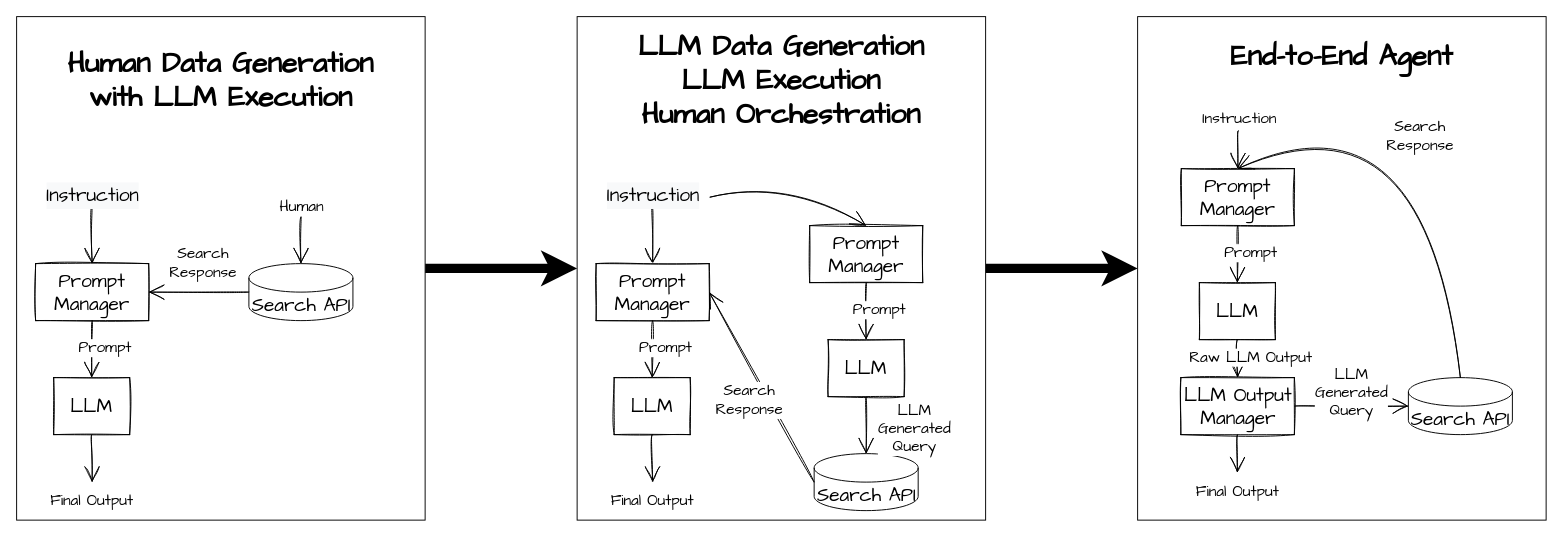
Before: page "Agents" (2 of 2) of img/LLMsTextSketch.drawio in dshieble/dshieble.github.io, a draw.io diagram. Source tidied: cells renumbered, new cells numbered last; positions are measured from the earlier drawing's top-left corner, leaving out a move shared by most shapes. Both pictures are drawn from the tidied source at 95%, with x=0, y=0 at pixel (16, 16).
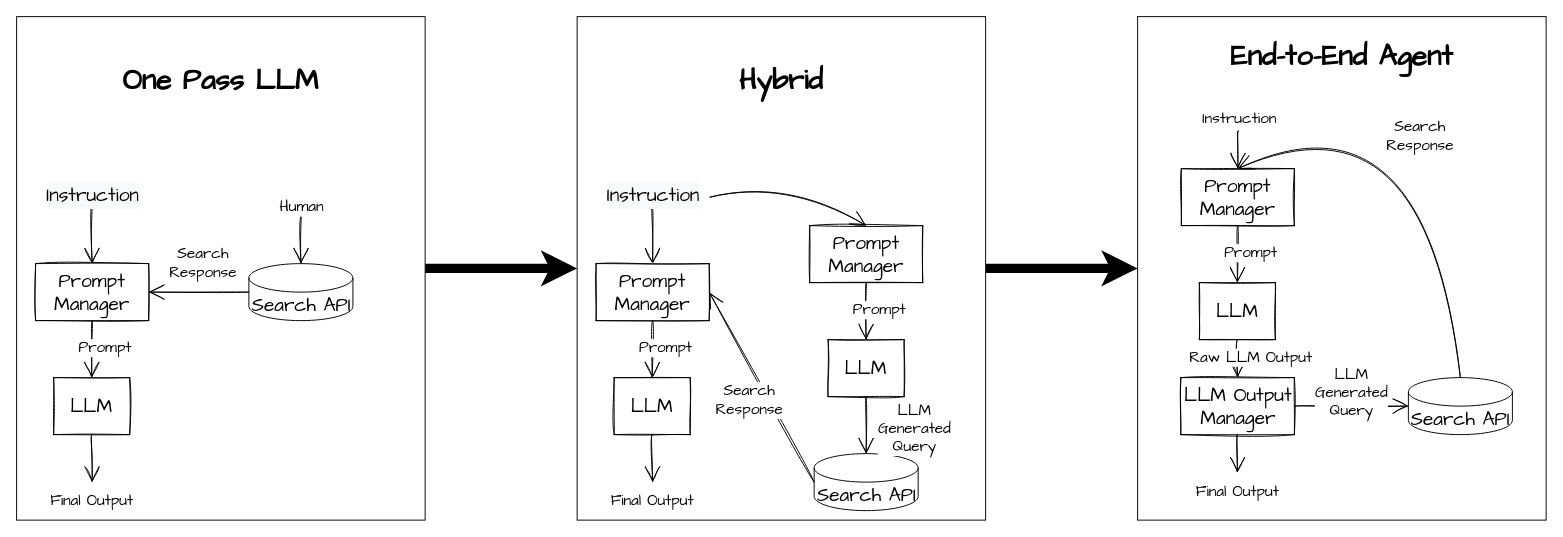
The same page after the edit.

What changed in the source:
```diff
@@
-    <mxCell id="3" value="&lt;b style=&quot;border-color: var(--border-color); font-family: &amp;quot;Architects Daughter&amp;quot;;&quot;&gt;&lt;font style=&quot;border-color: var(--border-color); font-size: 30px;&quot;&gt;Human Data Generation &lt;br&gt;with LLM Execution&lt;br&gt;&lt;br&gt;&lt;br&gt;&lt;br&gt;&lt;br&gt;&lt;br&gt;&lt;br&gt;&lt;br&gt;&lt;br&gt;&lt;br&gt;&lt;br&gt;&lt;br style=&quot;border-color: var(--border-color);&quot;&gt;&lt;/font&gt;&lt;/b&gt;" style="rounded=0;whiteSpace=wrap;html=1;" parent="1" vertex="1">
+    <mxCell id="3" value="&lt;b style=&quot;border-color: var(--border-color); font-family: &amp;quot;Architects Daughter&amp;quot;;&quot;&gt;&lt;font style=&quot;border-color: var(--border-color); font-size: 30px;&quot;&gt;One Pass LLM&lt;br&gt;&lt;br&gt;&lt;br&gt;&lt;br&gt;&lt;br&gt;&lt;br&gt;&lt;br&gt;&lt;br&gt;&lt;br&gt;&lt;br&gt;&lt;br&gt;&lt;br style=&quot;border-color: var(--border-color);&quot;&gt;&lt;/font&gt;&lt;/b&gt;" style="rounded=0;whiteSpace=wrap;html=1;" parent="1" vertex="1">
       <mxGeometry width="430" height="530" as="geometry" />
     </mxCell>
@@
-    <mxCell id="24" value="&lt;b style=&quot;border-color: var(--border-color); font-family: &amp;quot;Architects Daughter&amp;quot;;&quot;&gt;&lt;font style=&quot;border-color: var(--border-color); font-size: 30px;&quot;&gt;LLM Data Generation&lt;br&gt;&lt;b style=&quot;border-color: var(--border-color); font-size: 12px;&quot;&gt;&lt;font style=&quot;border-color: var(--border-color); font-size: 30px;&quot;&gt;LLM Execution&lt;br&gt;Human Orchestration&lt;/font&gt;&lt;/b&gt;&lt;br&gt;&lt;br&gt;&lt;br&gt;&lt;br&gt;&lt;br&gt;&lt;br&gt;&lt;br&gt;&lt;br&gt;&lt;br&gt;&lt;br&gt;&lt;br&gt;&lt;br style=&quot;border-color: var(--border-color);&quot;&gt;&lt;/font&gt;&lt;/b&gt;" style="rounded=0;whiteSpace=wrap;html=1;" parent="1" vertex="1">
+    <mxCell id="24" value="&lt;b style=&quot;border-color: var(--border-color); font-family: &amp;quot;Architects Daughter&amp;quot;;&quot;&gt;&lt;font style=&quot;border-color: var(--border-color); font-size: 30px;&quot;&gt;Hybrid&lt;br&gt;&lt;br&gt;&lt;br&gt;&lt;br&gt;&lt;br&gt;&lt;br&gt;&lt;br&gt;&lt;br&gt;&lt;br&gt;&lt;br&gt;&lt;br&gt;&lt;br style=&quot;border-color: var(--border-color);&quot;&gt;&lt;/font&gt;&lt;/b&gt;" style="rounded=0;whiteSpace=wrap;html=1;" parent="1" vertex="1">
       <mxGeometry x="590" width="430" height="530" as="geometry" />
     </mxCell>
```
